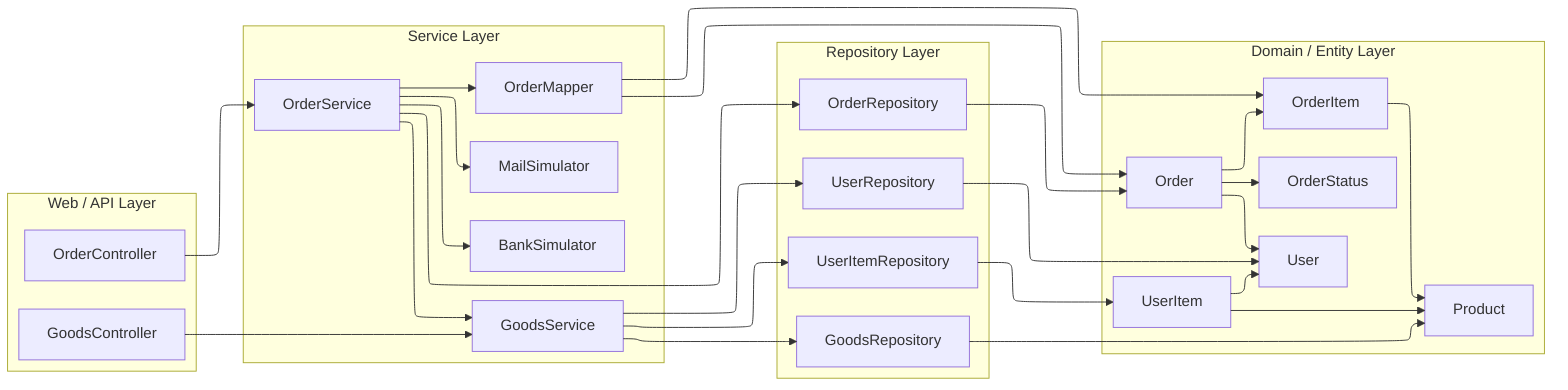
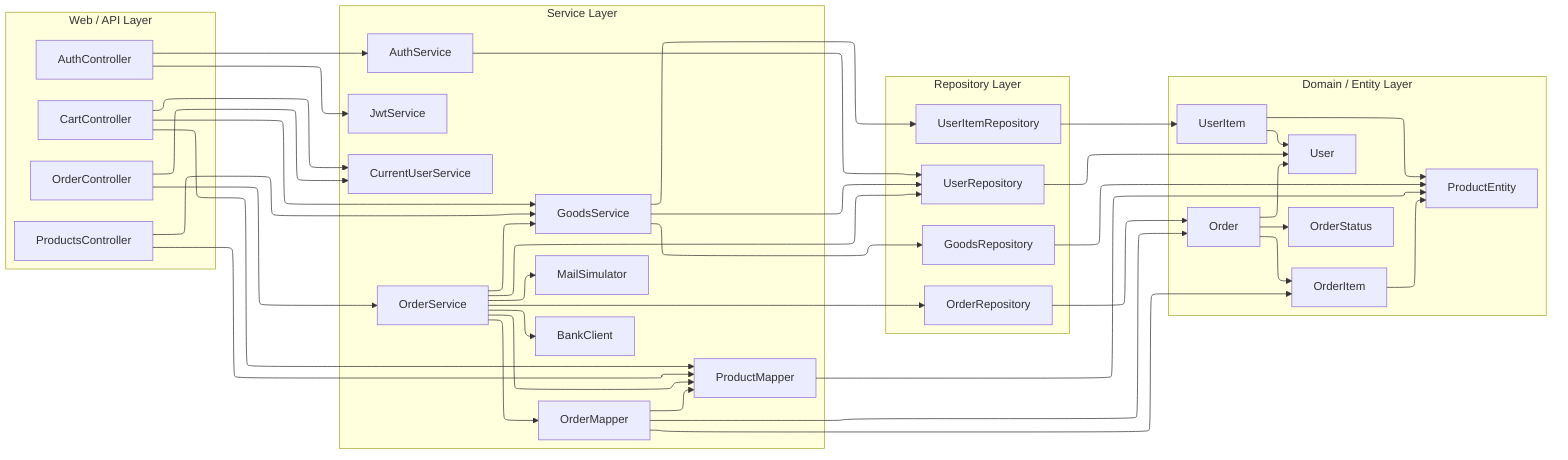
---
config:
  layout: elk
---
flowchart LR
 subgraph Controllers["Web / API Layer"]
    direction TB
        OrderController["OrderController"]
-         GoodsController["GoodsController"]
+         ProductsController["ProductsController"]
+         CartController["CartController"]
+         AuthController["AuthController"]
  end
 subgraph Services["Service Layer"]
    direction TB
        OrderService["OrderService"]
        GoodsService["GoodsService"]
+         AuthService["AuthService"]
        OrderMapper["OrderMapper"]
-         BankSimulator["BankSimulator"]
+         ProductMapper["ProductMapper"]
+         BankClient["BankClient"]
        MailSimulator["MailSimulator"]
+         JwtService["JwtService"]
+         CurrentUserService["CurrentUserService"]
  end
 subgraph Repositories["Repository Layer"]
    direction TB
        OrderRepository["OrderRepository"]
        GoodsRepository["GoodsRepository"]
        UserItemRepository["UserItemRepository"]
        UserRepository["UserRepository"]
  end
 subgraph Entities["Domain / Entity Layer"]
    direction TB
        Order["Order"]
        OrderItem["OrderItem"]
        User["User"]
        UserItem["UserItem"]
-         Product["Product"]
+         ProductEntity["ProductEntity"]
        OrderStatus["OrderStatus"]
  end
    OrderController --> OrderService
-     GoodsController --> GoodsService
-     OrderService --> OrderRepository & GoodsService & OrderMapper & BankSimulator & MailSimulator
-     GoodsService --> GoodsRepository & UserItemRepository & UserRepository
+     OrderController --> CurrentUserService
+     ProductsController --> GoodsService
+     ProductsController --> ProductMapper
+     CartController --> GoodsService
+     CartController --> ProductMapper
+     CartController --> CurrentUserService
+     AuthController --> AuthService
+     AuthController --> JwtService
+     OrderService --> OrderRepository
+     OrderService --> GoodsService
+     OrderService --> OrderMapper
+     OrderService --> ProductMapper
+     OrderService --> UserRepository
+     OrderService --> BankClient
+     OrderService --> MailSimulator
+     GoodsService --> GoodsRepository
+     GoodsService --> UserItemRepository
+     GoodsService --> UserRepository
+     AuthService --> UserRepository
    OrderRepository --> Order
    UserItemRepository --> UserItem
-     GoodsRepository --> Product
+     GoodsRepository --> ProductEntity
    UserRepository --> User
-     OrderMapper --> Order & OrderItem
-     Order --> OrderItem & User & OrderStatus
-     OrderItem --> Product
-     UserItem --> User & Product+     OrderMapper --> Order
+     OrderMapper --> OrderItem
+     OrderMapper --> ProductMapper
+     ProductMapper --> ProductEntity
+     Order --> OrderItem
+     Order --> User
+     Order --> OrderStatus
+     OrderItem --> ProductEntity
+     UserItem --> User
+     UserItem --> ProductEntity
